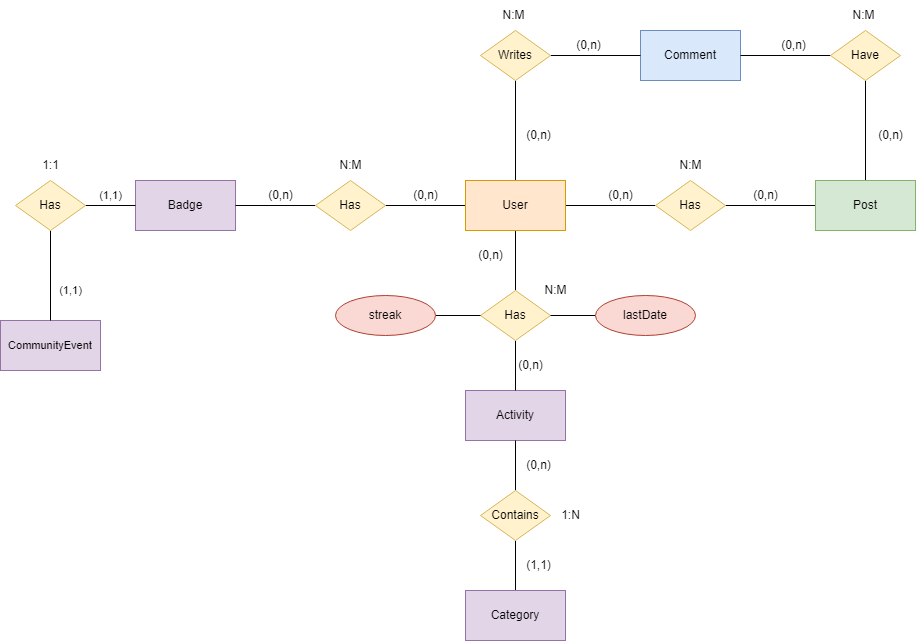
Above: documentation/Entity–Relationship Diagram.drawio.png in JonayKB/Routine-Fights (draw.io), before the change. Source tidied: cells renumbered, new cells last; positions are measured from the earlier drawing's top-left corner, leaving out a move shared by most shapes.
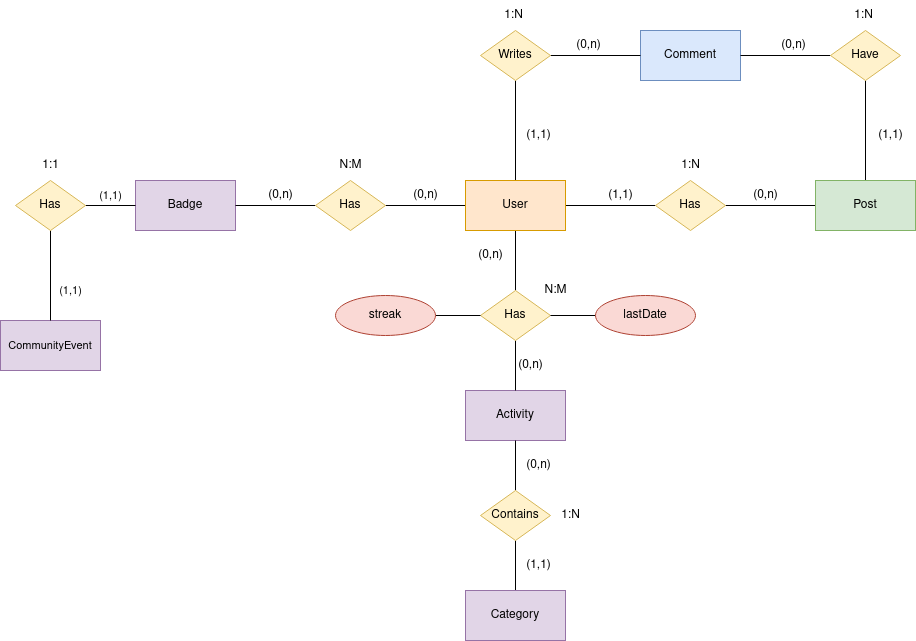
The same diagram one commit later.

Commit message:
fix(EntityRelationShip): Relations fix

The edit, as a diff of the source:
```diff
@@ -98,29 +98,29 @@
     <mxCell id="33" value="(0,n)" style="text;html=1;align=center;verticalAlign=middle;strokeColor=none;fillColor=none;" parent="1" vertex="1">
       <mxGeometry x="740" y="180" width="50" height="30" as="geometry" />
     </mxCell>
-    <mxCell id="34" value="(0,n)" style="text;html=1;align=center;verticalAlign=middle;strokeColor=none;fillColor=none;" parent="1" vertex="1">
+    <mxCell id="34" value="(1,1)" style="text;html=1;align=center;verticalAlign=middle;strokeColor=none;fillColor=none;" parent="1" vertex="1">
       <mxGeometry x="595" y="180" width="50" height="30" as="geometry" />
     </mxCell>
-    <mxCell id="35" value="N:M" style="text;html=1;align=center;verticalAlign=middle;strokeColor=none;fillColor=none;" parent="1" vertex="1">
-      <mxGeometry x="665" y="150" width="50" height="30" as="geometry" />
+    <mxCell id="35" value="1:N" style="text;html=1;align=center;verticalAlign=middle;strokeColor=none;fillColor=none;" parent="1" vertex="1">
+      <mxGeometry x="670" y="150" width="40" height="30" as="geometry" />
     </mxCell>
-    <mxCell id="36" value="(0,n)" style="text;html=1;align=center;verticalAlign=middle;strokeColor=none;fillColor=none;" parent="1" vertex="1">
+    <mxCell id="36" value="(1,1)" style="text;html=1;align=center;verticalAlign=middle;strokeColor=none;fillColor=none;" parent="1" vertex="1">
       <mxGeometry x="865" y="120" width="50" height="30" as="geometry" />
     </mxCell>
     <mxCell id="37" value="(0,n)" style="text;html=1;align=center;verticalAlign=middle;strokeColor=none;fillColor=none;" parent="1" vertex="1">
       <mxGeometry x="767.5" y="30" width="50" height="30" as="geometry" />
     </mxCell>
-    <mxCell id="38" value="N:M" style="text;html=1;align=center;verticalAlign=middle;strokeColor=none;fillColor=none;" parent="1" vertex="1">
-      <mxGeometry x="837.5" width="50" height="30" as="geometry" />
+    <mxCell id="38" value="1:N" style="text;html=1;align=center;verticalAlign=middle;strokeColor=none;fillColor=none;" parent="1" vertex="1">
+      <mxGeometry x="842.5" width="40" height="30" as="geometry" />
     </mxCell>
     <mxCell id="39" value="(0,n)" style="text;html=1;align=center;verticalAlign=middle;strokeColor=none;fillColor=none;" parent="1" vertex="1">
       <mxGeometry x="563" y="30" width="50" height="30" as="geometry" />
     </mxCell>
-    <mxCell id="40" value="(0,n)" style="text;html=1;align=center;verticalAlign=middle;strokeColor=none;fillColor=none;" parent="1" vertex="1">
+    <mxCell id="40" value="(1,1)" style="text;html=1;align=center;verticalAlign=middle;strokeColor=none;fillColor=none;" parent="1" vertex="1">
       <mxGeometry x="513" y="120" width="50" height="30" as="geometry" />
     </mxCell>
-    <mxCell id="41" value="N:M" style="text;html=1;align=center;verticalAlign=middle;strokeColor=none;fillColor=none;" parent="1" vertex="1">
-      <mxGeometry x="488" width="50" height="30" as="geometry" />
+    <mxCell id="41" value="1:N" style="text;html=1;align=center;verticalAlign=middle;strokeColor=none;fillColor=none;" parent="1" vertex="1">
+      <mxGeometry x="493" width="40" height="30" as="geometry" />
     </mxCell>
     <mxCell id="42" value="(0,n)" style="text;html=1;align=center;verticalAlign=middle;strokeColor=none;fillColor=none;" parent="1" vertex="1">
       <mxGeometry x="505" y="350" width="50" height="30" as="geometry" />
```
